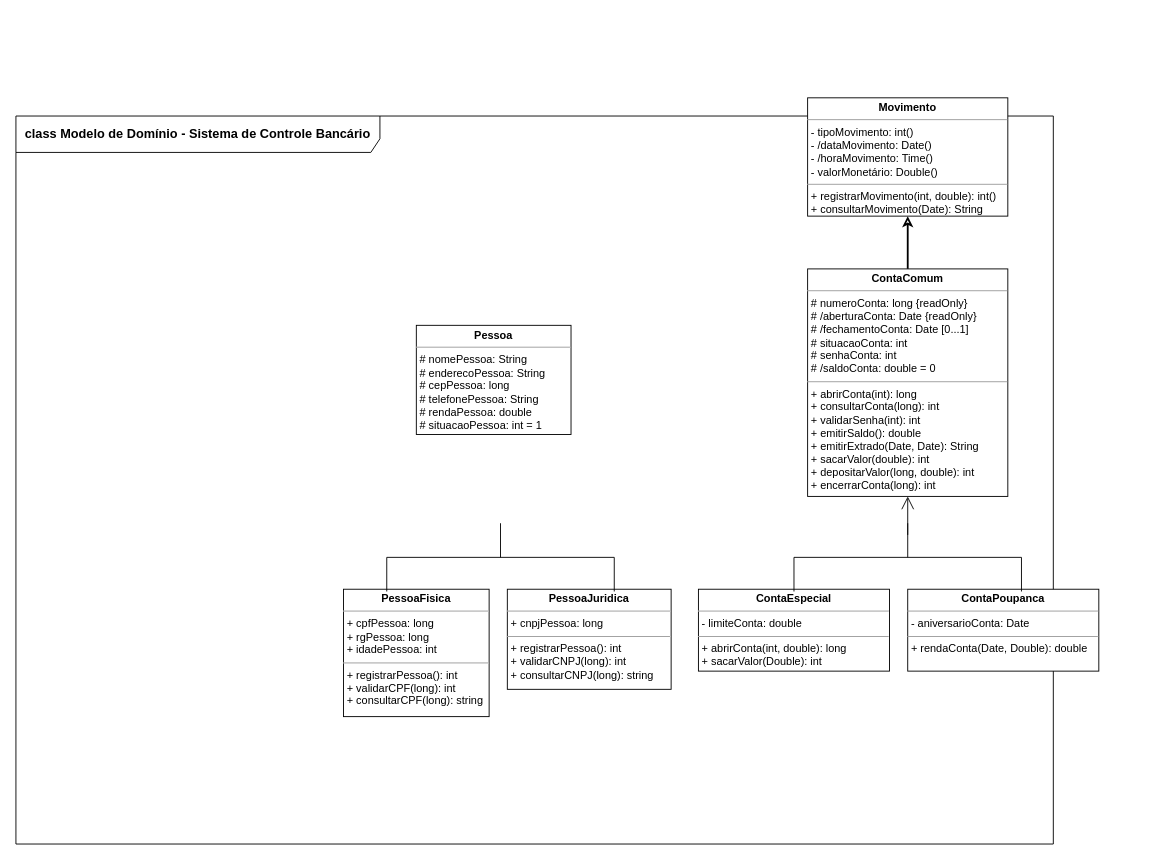
Above: page "Página-1" (1 of 2) of Untitled Diagram.drawio in FcoCarlosBarbosaMartins/ModelagemDeSistemas_Daniel (draw.io), before the change. Source tidied: cells renumbered, new cells numbered last; positions are measured from the earlier drawing's top-left corner, leaving out a move shared by most shapes. Both pictures are drawn from the tidied source at 91%, with x=0, y=0 at pixel (15, 97).
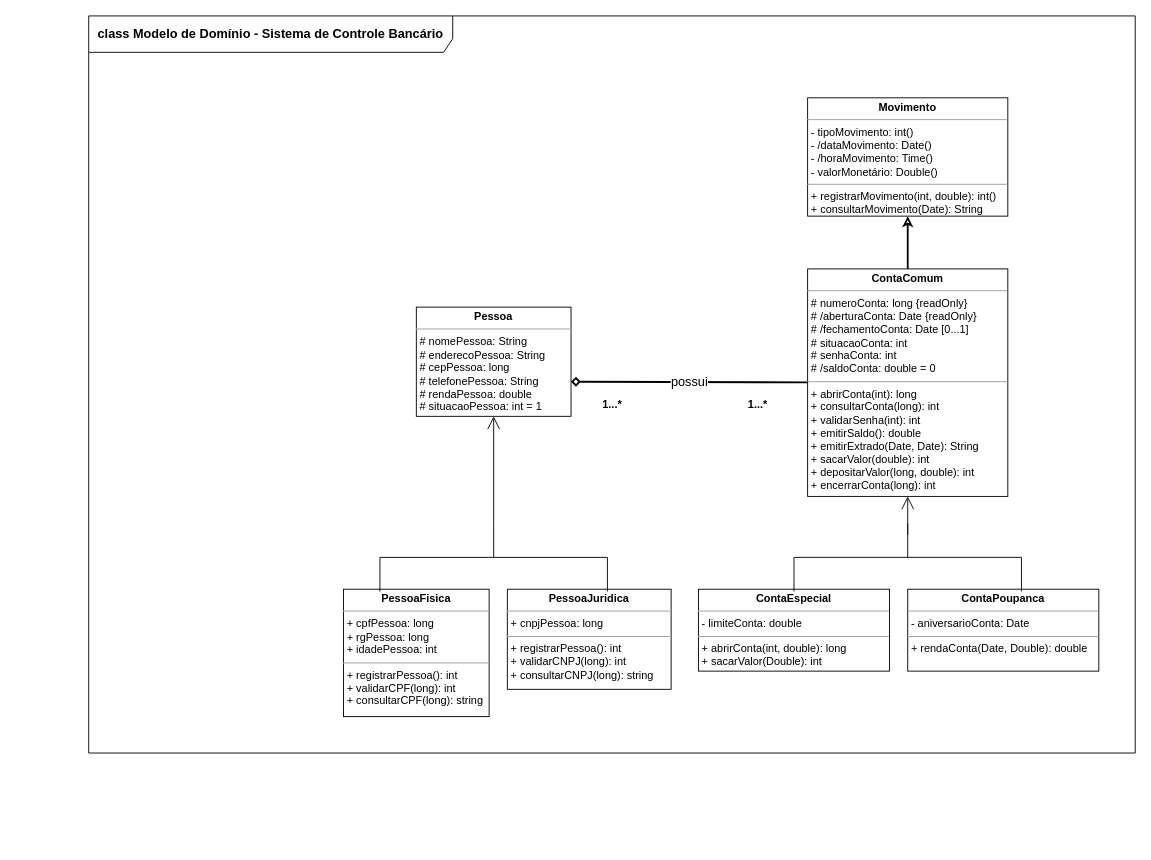
The same page after the edit.

What changed in the source:
```diff
@@
 <mxGraphModel>
   <root>
     <mxCell id="0" />
     <mxCell id="1" parent="0" />
     <mxCell id="2" value="class Modelo de Domínio - Sistema de Controle Bancário" style="shape=umlFrame;whiteSpace=wrap;html=1;width=400;height=40;fontSize=14;fontStyle=1;" parent="1" vertex="1">
-      <mxGeometry y="20" width="1140" height="800" as="geometry" />
+      <mxGeometry x="80" y="-90" width="1150" height="810" as="geometry" />
     </mxCell>
     <mxCell id="3" style="edgeStyle=orthogonalEdgeStyle;rounded=0;jettySize=auto;html=1;fontSize=14;endArrow=none;endFill=0;startArrow=classic;startFill=0;strokeWidth=2;" parent="1" edge="1" source="4" target="5">
       <mxGeometry relative="1" as="geometry" />
     </mxCell>
     <mxCell id="4" value="&lt;p style=&quot;margin: 0px ; margin-top: 4px ; text-align: center&quot;&gt;&lt;b&gt;Movimento&lt;/b&gt;&lt;/p&gt;&lt;hr size=&quot;1&quot;&gt;&lt;p style=&quot;margin: 0px ; margin-left: 4px&quot;&gt;- tipoMovimento: int()&lt;/p&gt;&lt;p style=&quot;margin: 0px ; margin-left: 4px&quot;&gt;- /dataMovimento: Date()&lt;/p&gt;&lt;p style=&quot;margin: 0px ; margin-left: 4px&quot;&gt;- /horaMovimento: Time()&lt;/p&gt;&lt;p style=&quot;margin: 0px ; margin-left: 4px&quot;&gt;- valorMonetário: Double()&lt;/p&gt;&lt;hr size=&quot;1&quot;&gt;&lt;p style=&quot;margin: 0px ; margin-left: 4px&quot;&gt;+ registrarMovimento(int, double): int()&lt;/p&gt;&lt;p style=&quot;margin: 0px ; margin-left: 4px&quot;&gt;+ consultarMovimento(Date): String&lt;/p&gt;" style="verticalAlign=top;align=left;overflow=fill;fontSize=12;fontFamily=Helvetica;html=1;" parent="1" vertex="1">
       <mxGeometry x="870" width="220" height="130" as="geometry" />
     </mxCell>
     <mxCell id="5" value="&lt;p style=&quot;margin: 0px ; margin-top: 4px ; text-align: center&quot;&gt;&lt;b&gt;ContaComum&lt;/b&gt;&lt;/p&gt;&lt;hr size=&quot;1&quot;&gt;&lt;p style=&quot;margin: 0px ; margin-left: 4px&quot;&gt;# numeroConta: long {readOnly}&lt;/p&gt;&lt;p style=&quot;margin: 0px ; margin-left: 4px&quot;&gt;# /aberturaConta: Date {readOnly}&lt;/p&gt;&lt;p style=&quot;margin: 0px ; margin-left: 4px&quot;&gt;# /fechamentoConta: Date [0...1]&lt;/p&gt;&lt;p style=&quot;margin: 0px ; margin-left: 4px&quot;&gt;# situacaoConta: int&lt;/p&gt;&lt;p style=&quot;margin: 0px ; margin-left: 4px&quot;&gt;# senhaConta: int&lt;/p&gt;&lt;p style=&quot;margin: 0px ; margin-left: 4px&quot;&gt;# /saldoConta: double = 0&lt;/p&gt;&lt;hr size=&quot;1&quot;&gt;&lt;p style=&quot;margin: 0px ; margin-left: 4px&quot;&gt;+ abrirConta(int): long&lt;/p&gt;&lt;p style=&quot;margin: 0px ; margin-left: 4px&quot;&gt;+ consultarConta(long): int&lt;/p&gt;&lt;p style=&quot;margin: 0px ; margin-left: 4px&quot;&gt;+ validarSenha(int): int&lt;/p&gt;&lt;p style=&quot;margin: 0px ; margin-left: 4px&quot;&gt;+ emitirSaldo(): double&lt;/p&gt;&lt;p style=&quot;margin: 0px ; margin-left: 4px&quot;&gt;+ emitirExtrado(Date, Date): String&lt;/p&gt;&lt;p style=&quot;margin: 0px ; margin-left: 4px&quot;&gt;+ sacarValor(double): int&lt;/p&gt;&lt;p style=&quot;margin: 0px ; margin-left: 4px&quot;&gt;+ depositarValor(long, double): int&lt;/p&gt;&lt;p style=&quot;margin: 0px ; margin-left: 4px&quot;&gt;+ encerrarConta(long): int&lt;/p&gt;" style="verticalAlign=top;align=left;overflow=fill;fontSize=12;fontFamily=Helvetica;html=1;" parent="1" vertex="1">
       <mxGeometry x="870" y="188" width="220" height="250" as="geometry" />
     </mxCell>
     <mxCell id="6" value="&lt;p style=&quot;margin: 0px ; margin-top: 4px ; text-align: center&quot;&gt;&lt;b&gt;Pessoa&lt;/b&gt;&lt;/p&gt;&lt;hr size=&quot;1&quot;&gt;&lt;p style=&quot;margin: 0px ; margin-left: 4px&quot;&gt;# nomePessoa: String&lt;/p&gt;&lt;p style=&quot;margin: 0px ; margin-left: 4px&quot;&gt;# enderecoPessoa: String&lt;/p&gt;&lt;p style=&quot;margin: 0px ; margin-left: 4px&quot;&gt;# cepPessoa: long&lt;/p&gt;&lt;p style=&quot;margin: 0px ; margin-left: 4px&quot;&gt;# telefonePessoa: String&lt;/p&gt;&lt;p style=&quot;margin: 0px ; margin-left: 4px&quot;&gt;# rendaPessoa: double&lt;/p&gt;&lt;p style=&quot;margin: 0px ; margin-left: 4px&quot;&gt;# situacaoPessoa: int = 1&lt;/p&gt;" style="verticalAlign=top;align=left;overflow=fill;fontSize=12;fontFamily=Helvetica;html=1;" parent="1" vertex="1">
-      <mxGeometry x="440" y="250" width="170" height="120" as="geometry" />
+      <mxGeometry x="440" y="230" width="170" height="120" as="geometry" />
     </mxCell>
     <mxCell id="7" value="&lt;p style=&quot;margin: 0px ; margin-top: 4px ; text-align: center&quot;&gt;&lt;b&gt;PessoaFisica&lt;/b&gt;&lt;/p&gt;&lt;hr size=&quot;1&quot;&gt;&lt;p style=&quot;margin: 0px ; margin-left: 4px&quot;&gt;+ cpfPessoa: long&lt;/p&gt;&lt;p style=&quot;margin: 0px ; margin-left: 4px&quot;&gt;+ rgPessoa: long&lt;/p&gt;&lt;p style=&quot;margin: 0px ; margin-left: 4px&quot;&gt;+ idadePessoa: int&lt;/p&gt;&lt;hr size=&quot;1&quot;&gt;&lt;p style=&quot;margin: 0px ; margin-left: 4px&quot;&gt;+ registrarPessoa(): int&lt;/p&gt;&lt;p style=&quot;margin: 0px ; margin-left: 4px&quot;&gt;+ validarCPF(long): int&lt;/p&gt;&lt;p style=&quot;margin: 0px ; margin-left: 4px&quot;&gt;+ consultarCPF(long): string&lt;/p&gt;" style="verticalAlign=top;align=left;overflow=fill;fontSize=12;fontFamily=Helvetica;html=1;" parent="1" vertex="1">
       <mxGeometry x="360" y="540" width="160" height="140" as="geometry" />
     </mxCell>
     <mxCell id="8" value="&lt;p style=&quot;margin: 0px ; margin-top: 4px ; text-align: center&quot;&gt;&lt;b&gt;PessoaJuridica&lt;/b&gt;&lt;/p&gt;&lt;hr size=&quot;1&quot;&gt;&lt;p style=&quot;margin: 0px ; margin-left: 4px&quot;&gt;+ cnpjPessoa: long&lt;/p&gt;&lt;hr size=&quot;1&quot;&gt;&lt;p style=&quot;margin: 0px ; margin-left: 4px&quot;&gt;+ registrarPessoa(): int&lt;/p&gt;&lt;p style=&quot;margin: 0px ; margin-left: 4px&quot;&gt;+ validarCNPJ(long): int&lt;/p&gt;&lt;p style=&quot;margin: 0px ; margin-left: 4px&quot;&gt;+ consultarCNPJ(long): string&lt;/p&gt;" style="verticalAlign=top;align=left;overflow=fill;fontSize=12;fontFamily=Helvetica;html=1;" parent="1" vertex="1">
       <mxGeometry x="540" y="540" width="180" height="110" as="geometry" />
     </mxCell>
     <mxCell id="9" value="&lt;p style=&quot;margin: 0px ; margin-top: 4px ; text-align: center&quot;&gt;&lt;b&gt;ContaPoupanca&lt;/b&gt;&lt;/p&gt;&lt;hr size=&quot;1&quot;&gt;&lt;p style=&quot;margin: 0px ; margin-left: 4px&quot;&gt;- aniversarioConta: Date&lt;/p&gt;&lt;hr size=&quot;1&quot;&gt;&lt;p style=&quot;margin: 0px ; margin-left: 4px&quot;&gt;+ rendaConta(Date, Double): double&lt;/p&gt;" style="verticalAlign=top;align=left;overflow=fill;fontSize=12;fontFamily=Helvetica;html=1;" parent="1" vertex="1">
       <mxGeometry x="980" y="540" width="210" height="90" as="geometry" />
     </mxCell>
     <mxCell id="10" value="&lt;p style=&quot;margin: 0px ; margin-top: 4px ; text-align: center&quot;&gt;&lt;b&gt;ContaEspecial&lt;/b&gt;&lt;/p&gt;&lt;hr size=&quot;1&quot;&gt;&lt;p style=&quot;margin: 0px ; margin-left: 4px&quot;&gt;- limiteConta: double&lt;/p&gt;&lt;hr size=&quot;1&quot;&gt;&lt;p style=&quot;margin: 0px ; margin-left: 4px&quot;&gt;+ abrirConta(int, double): long&lt;/p&gt;&lt;p style=&quot;margin: 0px ; margin-left: 4px&quot;&gt;+ sacarValor(Double): int&lt;/p&gt;" style="verticalAlign=top;align=left;overflow=fill;fontSize=12;fontFamily=Helvetica;html=1;" parent="1" vertex="1">
       <mxGeometry x="750" y="540" width="210" height="90" as="geometry" />
     </mxCell>
     <mxCell id="11" style="strokeWidth=1;html=1;shape=mxgraph.flowchart.annotation_2;align=left;rotation=90;" parent="1" vertex="1">
       <mxGeometry x="942.5" y="380" width="75" height="250" as="geometry" />
     </mxCell>
     <mxCell id="12" style="endArrow=open;endFill=0;endSize=12;html=1;strokeWidth=1;fontSize=14;exitX=0.171;exitY=0.5;exitDx=0;exitDy=0;exitPerimeter=0;" parent="1" edge="1" source="11" target="5">
       <mxGeometry relative="1" as="geometry" />
     </mxCell>
     <mxCell id="13" style="strokeWidth=1;html=1;shape=mxgraph.flowchart.annotation_2;align=left;rotation=90;" parent="1" vertex="1">
-      <mxGeometry x="495" y="380" width="75" height="250" as="geometry" />
+      <mxGeometry x="487.5" y="380" width="75" height="250" as="geometry" />
     </mxCell>
+    <mxCell id="14" style="endArrow=open;endFill=1;endSize=12;html=1;strokeWidth=1;fontSize=14;entryX=0.5;entryY=1;entryDx=0;entryDy=0;exitX=0;exitY=0.5;exitDx=0;exitDy=0;exitPerimeter=0;" parent="1" edge="1" source="13" target="6">
+      <mxGeometry relative="1" as="geometry" />
+    </mxCell>
+    <mxCell id="15" value="possui" style="endArrow=none;endFill=0;endSize=12;html=1;strokeWidth=2;fontSize=14;exitX=1;exitY=0.683;exitDx=0;exitDy=0;exitPerimeter=0;startArrow=diamond;startFill=0;" parent="1" edge="1" source="6" target="5">
+      <mxGeometry relative="1" as="geometry" />
+    </mxCell>
+    <mxCell id="16" value="1...*" style="text;align=center;fontStyle=1;verticalAlign=middle;spacingLeft=3;spacingRight=3;strokeColor=none;html=1;" parent="1" vertex="1">
+      <mxGeometry x="615" y="324" width="80" height="26" as="geometry" />
+    </mxCell>
+    <mxCell id="17" value="1...*" style="text;align=center;fontStyle=1;verticalAlign=middle;spacingLeft=3;spacingRight=3;strokeColor=none;html=1;" parent="1" vertex="1">
+      <mxGeometry x="775" y="324" width="80" height="26" as="geometry" />
+    </mxCell>
   </root>
 </mxGraphModel>
```
